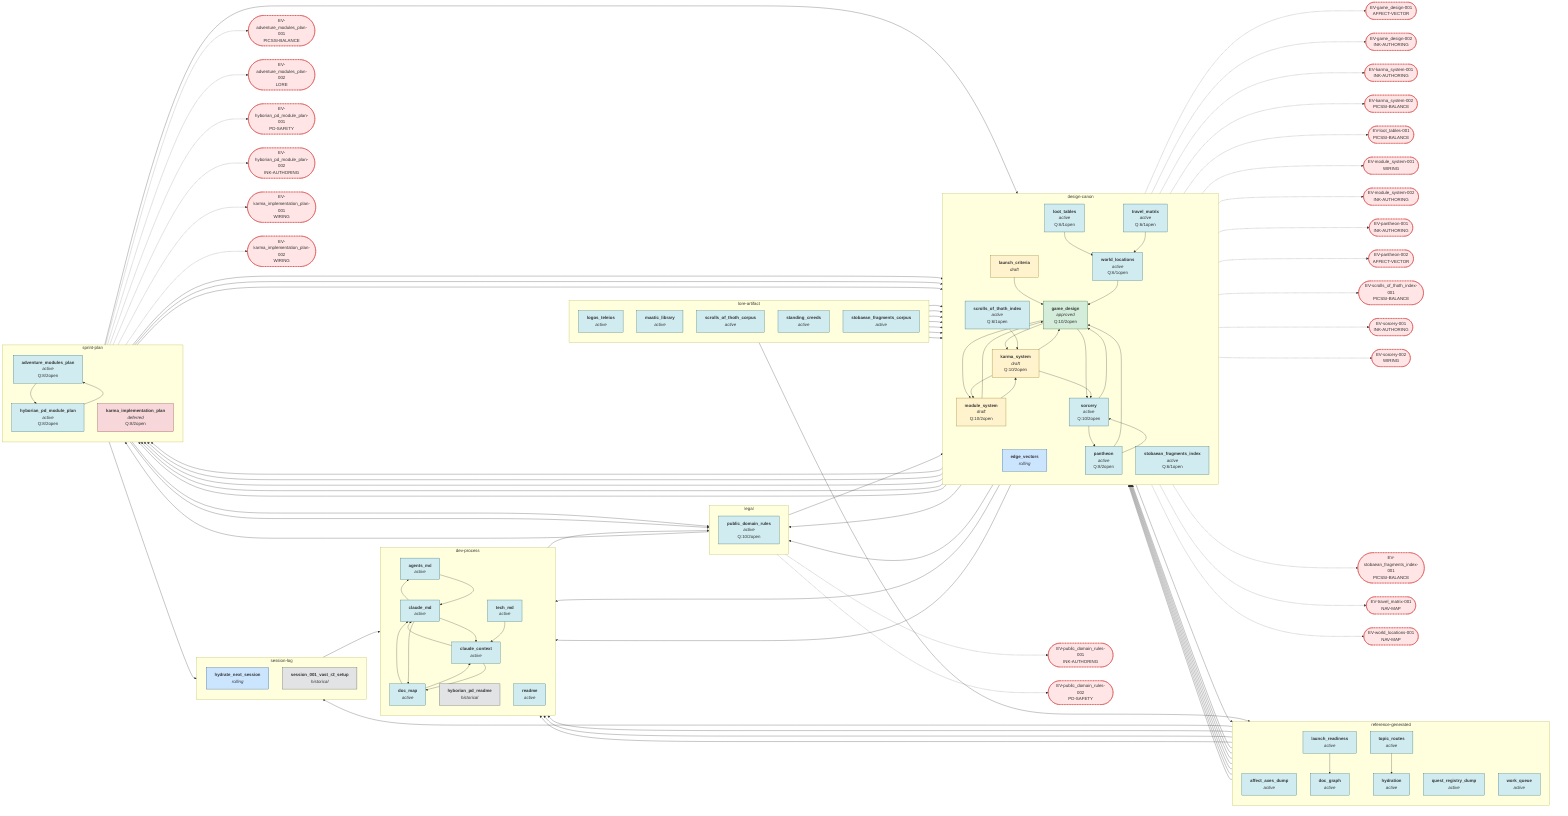
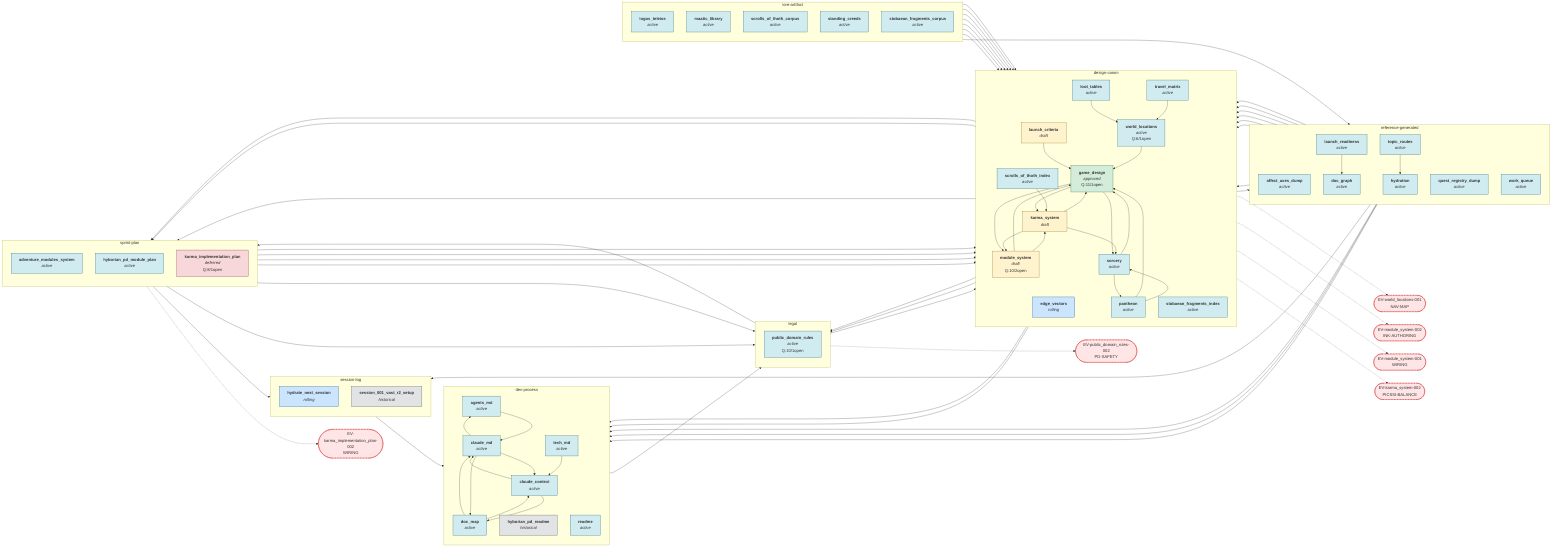
%% AUTO-GENERATED by scripts/build-doc-graph.ts. Do not hand-edit.
%% Run: npm run graph:build
- %% 37 docs · 23 EVs · 182 edges (showing cross_ref + has_open_question only)
- %% Generated 2026-05-09
+ %% 37 docs · 6 EVs · 130 edges (showing cross_ref + has_open_question only)
+ %% Generated 2026-05-10

flowchart LR
  subgraph design_canon["design-canon"]
    direction TB
    edge_vectors["<b>edge_vectors</b><br/><i>rolling</i>"]
-     game_design["<b>game_design</b><br/><i>approved</i><br/>Q:10/2open"]
-     karma_system["<b>karma_system</b><br/><i>draft</i><br/>Q:10/2open"]
+     game_design["<b>game_design</b><br/><i>approved</i><br/>Q:11/1open"]
+     karma_system["<b>karma_system</b><br/><i>draft</i>"]
    launch_criteria["<b>launch_criteria</b><br/><i>draft</i>"]
-     loot_tables["<b>loot_tables</b><br/><i>active</i><br/>Q:6/1open"]
+     loot_tables["<b>loot_tables</b><br/><i>active</i>"]
    module_system["<b>module_system</b><br/><i>draft</i><br/>Q:10/2open"]
-     pantheon["<b>pantheon</b><br/><i>active</i><br/>Q:8/2open"]
-     scrolls_of_thoth_index["<b>scrolls_of_thoth_index</b><br/><i>active</i><br/>Q:6/1open"]
-     sorcery["<b>sorcery</b><br/><i>active</i><br/>Q:10/2open"]
-     stobaean_fragments_index["<b>stobaean_fragments_index</b><br/><i>active</i><br/>Q:6/1open"]
-     travel_matrix["<b>travel_matrix</b><br/><i>active</i><br/>Q:6/1open"]
+     pantheon["<b>pantheon</b><br/><i>active</i>"]
+     scrolls_of_thoth_index["<b>scrolls_of_thoth_index</b><br/><i>active</i>"]
+     sorcery["<b>sorcery</b><br/><i>active</i>"]
+     stobaean_fragments_index["<b>stobaean_fragments_index</b><br/><i>active</i>"]
+     travel_matrix["<b>travel_matrix</b><br/><i>active</i>"]
    world_locations["<b>world_locations</b><br/><i>active</i><br/>Q:6/1open"]
  end

  subgraph dev_process["dev-process"]
    direction TB
    agents_md["<b>agents_md</b><br/><i>active</i>"]
    claude_context["<b>claude_context</b><br/><i>active</i>"]
    claude_md["<b>claude_md</b><br/><i>active</i>"]
    doc_map["<b>doc_map</b><br/><i>active</i>"]
    hyborian_pd_readme["<b>hyborian_pd_readme</b><br/><i>historical</i>"]
    readme["<b>readme</b><br/><i>active</i>"]
    tech_md["<b>tech_md</b><br/><i>active</i>"]
  end

  subgraph legal["legal"]
    direction TB
-     public_domain_rules["<b>public_domain_rules</b><br/><i>active</i><br/>Q:10/2open"]
+     public_domain_rules["<b>public_domain_rules</b><br/><i>active</i><br/>Q:10/1open"]
  end

  subgraph lore_artifact["lore-artifact"]
    direction TB
    logos_teleios["<b>logos_teleios</b><br/><i>active</i>"]
    maatic_library["<b>maatic_library</b><br/><i>active</i>"]
    scrolls_of_thoth_corpus["<b>scrolls_of_thoth_corpus</b><br/><i>active</i>"]
    standing_creeds["<b>standing_creeds</b><br/><i>active</i>"]
    stobaean_fragments_corpus["<b>stobaean_fragments_corpus</b><br/><i>active</i>"]
  end

  subgraph reference_generated["reference-generated"]
    direction TB
    affect_axes_dump["<b>affect_axes_dump</b><br/><i>active</i>"]
    doc_graph["<b>doc_graph</b><br/><i>active</i>"]
    hydration["<b>hydration</b><br/><i>active</i>"]
    launch_readiness["<b>launch_readiness</b><br/><i>active</i>"]
    quest_registry_dump["<b>quest_registry_dump</b><br/><i>active</i>"]
    topic_routes["<b>topic_routes</b><br/><i>active</i>"]
    work_queue["<b>work_queue</b><br/><i>active</i>"]
  end

  subgraph session_log["session-log"]
    direction TB
    hydrate_next_session["<b>hydrate_next_session</b><br/><i>rolling</i>"]
    session_001_vast_r2_setup["<b>session_001_vast_r2_setup</b><br/><i>historical</i>"]
  end

  subgraph sprint_plan["sprint-plan"]
    direction TB
-     adventure_modules_plan["<b>adventure_modules_plan</b><br/><i>active</i><br/>Q:8/2open"]
-     hyborian_pd_module_plan["<b>hyborian_pd_module_plan</b><br/><i>active</i><br/>Q:8/2open"]
-     karma_implementation_plan["<b>karma_implementation_plan</b><br/><i>deferred</i><br/>Q:8/2open"]
+     adventure_modules_system["<b>adventure_modules_system</b><br/><i>active</i>"]
+     hyborian_pd_module_plan["<b>hyborian_pd_module_plan</b><br/><i>active</i>"]
+     karma_implementation_plan["<b>karma_implementation_plan</b><br/><i>deferred</i><br/>Q:8/1open"]
  end

  %% Open Edge Vectors
-   EV_adventure_modules_plan_001(["EV-adventure_modules_plan-001<br/>PICSSI-BALANCE"])
-   EV_adventure_modules_plan_002(["EV-adventure_modules_plan-002<br/>LORE"])
-   EV_game_design_001(["EV-game_design-001<br/>AFFECT-VECTOR"])
-   EV_game_design_002(["EV-game_design-002<br/>INK-AUTHORING"])
-   EV_hyborian_pd_module_plan_001(["EV-hyborian_pd_module_plan-001<br/>PD-SAFETY"])
-   EV_hyborian_pd_module_plan_002(["EV-hyborian_pd_module_plan-002<br/>INK-AUTHORING"])
-   EV_karma_implementation_plan_001(["EV-karma_implementation_plan-001<br/>WIRING"])
  EV_karma_implementation_plan_002(["EV-karma_implementation_plan-002<br/>WIRING"])
-   EV_karma_system_001(["EV-karma_system-001<br/>INK-AUTHORING"])
  EV_karma_system_002(["EV-karma_system-002<br/>PICSSI-BALANCE"])
-   EV_loot_tables_001(["EV-loot_tables-001<br/>PICSSI-BALANCE"])
  EV_module_system_001(["EV-module_system-001<br/>WIRING"])
  EV_module_system_002(["EV-module_system-002<br/>INK-AUTHORING"])
-   EV_pantheon_001(["EV-pantheon-001<br/>INK-AUTHORING"])
-   EV_pantheon_002(["EV-pantheon-002<br/>AFFECT-VECTOR"])
-   EV_public_domain_rules_001(["EV-public_domain_rules-001<br/>INK-AUTHORING"])
  EV_public_domain_rules_002(["EV-public_domain_rules-002<br/>PD-SAFETY"])
-   EV_scrolls_of_thoth_index_001(["EV-scrolls_of_thoth_index-001<br/>PICSSI-BALANCE"])
-   EV_sorcery_001(["EV-sorcery-001<br/>INK-AUTHORING"])
-   EV_sorcery_002(["EV-sorcery-002<br/>WIRING"])
-   EV_stobaean_fragments_index_001(["EV-stobaean_fragments_index-001<br/>PICSSI-BALANCE"])
-   EV_travel_matrix_001(["EV-travel_matrix-001<br/>NAV-MAP"])
  EV_world_locations_001(["EV-world_locations-001<br/>NAV-MAP"])

  %% cross_ref edges (from DOC_MAP)
-   adventure_modules_plan --> game_design
-   adventure_modules_plan --> hyborian_pd_module_plan
-   adventure_modules_plan --> karma_system
-   adventure_modules_plan --> public_domain_rules
+   adventure_modules_system --> game_design
+   adventure_modules_system --> karma_system
+   adventure_modules_system --> public_domain_rules
  agents_md --> claude_md
  claude_context --> claude_md
  claude_context --> doc_map
  claude_md --> agents_md
  claude_md --> claude_context
  claude_md --> doc_map
  doc_graph --> doc_map
  doc_graph --> edge_vectors
  doc_map --> claude_context
  doc_map --> claude_md
  edge_vectors --> doc_map
-   game_design --> adventure_modules_plan
  game_design --> karma_system
  game_design --> module_system
  game_design --> public_domain_rules
  game_design --> sorcery
-   hyborian_pd_module_plan --> adventure_modules_plan
  hyborian_pd_module_plan --> game_design
  hyborian_pd_module_plan --> public_domain_rules
  hyborian_pd_readme --> public_domain_rules
  hydrate_next_session --> claude_context
  hydration --> doc_map
  hydration --> edge_vectors
  hydration --> hydrate_next_session
  hydration --> launch_criteria
  karma_implementation_plan --> hydrate_next_session
  karma_implementation_plan --> karma_system
  karma_system --> game_design
  karma_system --> karma_implementation_plan
  karma_system --> module_system
  karma_system --> sorcery
-   launch_criteria --> adventure_modules_plan
  launch_criteria --> doc_map
  launch_criteria --> game_design
  launch_criteria --> karma_implementation_plan
  launch_readiness --> doc_graph
  launch_readiness --> launch_criteria
  logos_teleios --> scrolls_of_thoth_index
  loot_tables --> world_locations
  maatic_library --> game_design
  maatic_library --> pantheon
  module_system --> game_design
  module_system --> hyborian_pd_module_plan
  module_system --> karma_system
  pantheon --> game_design
  pantheon --> public_domain_rules
  pantheon --> sorcery
  public_domain_rules --> game_design
  public_domain_rules --> hyborian_pd_module_plan
  scrolls_of_thoth_corpus --> scrolls_of_thoth_index
  scrolls_of_thoth_index --> karma_system
  sorcery --> game_design
  sorcery --> pantheon
  standing_creeds --> game_design
  standing_creeds --> karma_system
  stobaean_fragments_corpus --> quest_registry_dump
  stobaean_fragments_corpus --> stobaean_fragments_index
  stobaean_fragments_index --> quest_registry_dump
  tech_md --> claude_context
  topic_routes --> doc_map
  topic_routes --> edge_vectors
  topic_routes --> hydration
  travel_matrix --> world_locations
  work_queue --> edge_vectors
  work_queue --> launch_criteria
  world_locations --> game_design

  %% has_open_question edges (doc → EV, dashed)
-   adventure_modules_plan -.-> EV_adventure_modules_plan_001
-   adventure_modules_plan -.-> EV_adventure_modules_plan_002
-   game_design -.-> EV_game_design_001
-   game_design -.-> EV_game_design_002
-   hyborian_pd_module_plan -.-> EV_hyborian_pd_module_plan_001
-   hyborian_pd_module_plan -.-> EV_hyborian_pd_module_plan_002
-   karma_implementation_plan -.-> EV_karma_implementation_plan_001
  karma_implementation_plan -.-> EV_karma_implementation_plan_002
-   karma_system -.-> EV_karma_system_001
  karma_system -.-> EV_karma_system_002
-   loot_tables -.-> EV_loot_tables_001
  module_system -.-> EV_module_system_001
  module_system -.-> EV_module_system_002
-   pantheon -.-> EV_pantheon_001
-   pantheon -.-> EV_pantheon_002
-   public_domain_rules -.-> EV_public_domain_rules_001
  public_domain_rules -.-> EV_public_domain_rules_002
-   scrolls_of_thoth_index -.-> EV_scrolls_of_thoth_index_001
-   sorcery -.-> EV_sorcery_001
-   sorcery -.-> EV_sorcery_002
-   stobaean_fragments_index -.-> EV_stobaean_fragments_index_001
-   travel_matrix -.-> EV_travel_matrix_001
  world_locations -.-> EV_world_locations_001

  %% Styling
  classDef approved fill:#d4edda,stroke:#155724,stroke-width:1px
  classDef draft fill:#fff3cd,stroke:#856404,stroke-width:1px
  classDef active fill:#d1ecf1,stroke:#0c5460,stroke-width:1px
  classDef deferred fill:#f8d7da,stroke:#721c24,stroke-width:1px
  classDef historical fill:#e2e3e5,stroke:#383d41,stroke-width:1px
  classDef rolling fill:#cce5ff,stroke:#004085,stroke-width:1px
  classDef ev fill:#ffe5e5,stroke:#c00,stroke-width:1px,stroke-dasharray:4 2

-   class adventure_modules_plan,affect_axes_dump,agents_md,claude_context,claude_md,doc_graph,doc_map,hyborian_pd_module_plan,hydration,launch_readiness,logos_teleios,loot_tables,maatic_library,pantheon,public_domain_rules,quest_registry_dump,readme,scrolls_of_thoth_corpus,scrolls_of_thoth_index,sorcery,standing_creeds,stobaean_fragments_corpus,stobaean_fragments_index,tech_md,topic_routes,travel_matrix,work_queue,world_locations active
+   class adventure_modules_system,affect_axes_dump,agents_md,claude_context,claude_md,doc_graph,doc_map,hyborian_pd_module_plan,hydration,launch_readiness,logos_teleios,loot_tables,maatic_library,pantheon,public_domain_rules,quest_registry_dump,readme,scrolls_of_thoth_corpus,scrolls_of_thoth_index,sorcery,standing_creeds,stobaean_fragments_corpus,stobaean_fragments_index,tech_md,topic_routes,travel_matrix,work_queue,world_locations active
  class game_design approved
  class karma_implementation_plan deferred
  class karma_system,launch_criteria,module_system draft
  class hyborian_pd_readme,session_001_vast_r2_setup historical
  class edge_vectors,hydrate_next_session rolling
-   class EV_adventure_modules_plan_001,EV_adventure_modules_plan_002,EV_game_design_001,EV_game_design_002,EV_hyborian_pd_module_plan_001,EV_hyborian_pd_module_plan_002,EV_karma_implementation_plan_001,EV_karma_implementation_plan_002,EV_karma_system_001,EV_karma_system_002,EV_loot_tables_001,EV_module_system_001,EV_module_system_002,EV_pantheon_001,EV_pantheon_002,EV_public_domain_rules_001,EV_public_domain_rules_002,EV_scrolls_of_thoth_index_001,EV_sorcery_001,EV_sorcery_002,EV_stobaean_fragments_index_001,EV_travel_matrix_001,EV_world_locations_001 ev
+   class EV_karma_implementation_plan_002,EV_karma_system_002,EV_module_system_001,EV_module_system_002,EV_public_domain_rules_002,EV_world_locations_001 ev
